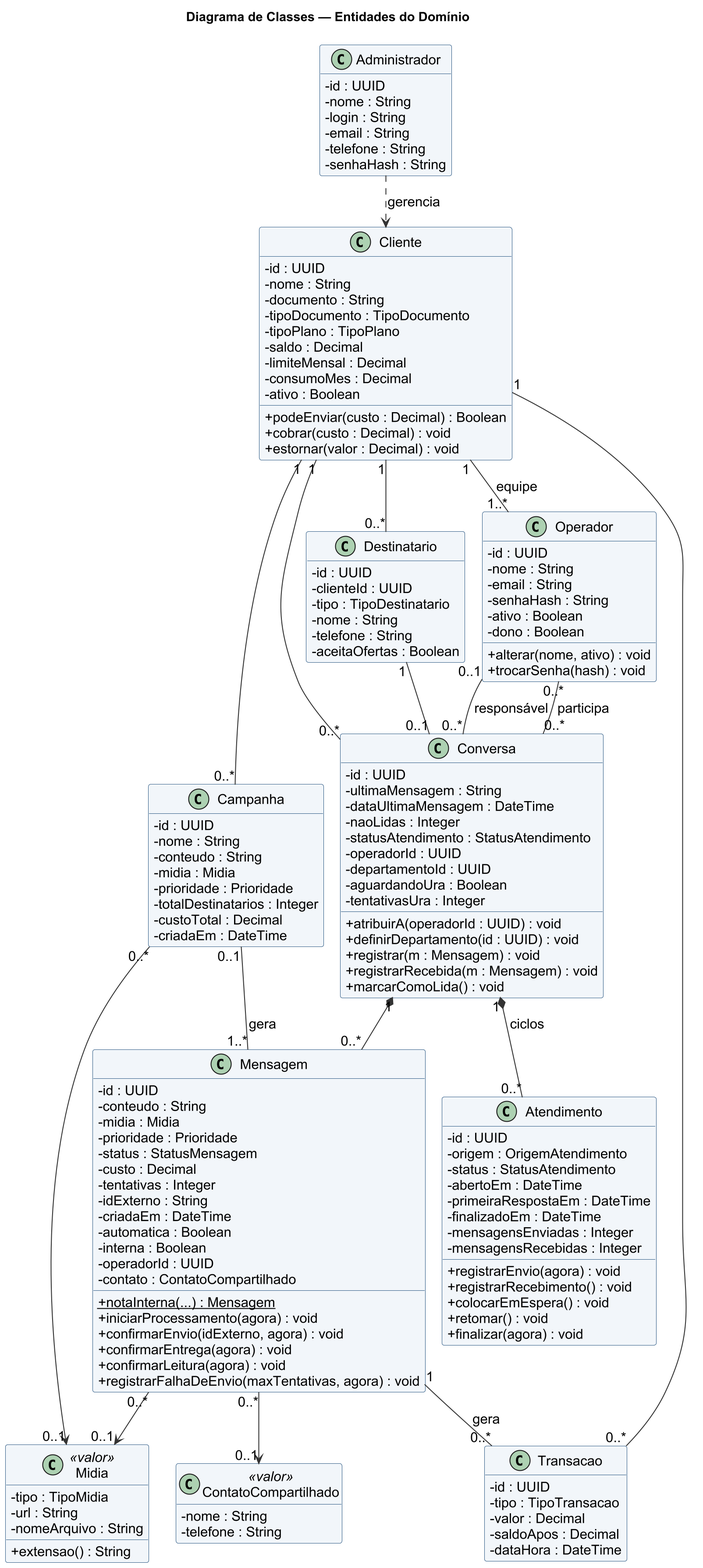
This is docs/03-diagramas/02a-classes-dominio.png from ryanandrade-beep/ar-chat-backend, a PlantUML export, as it was before one commit.
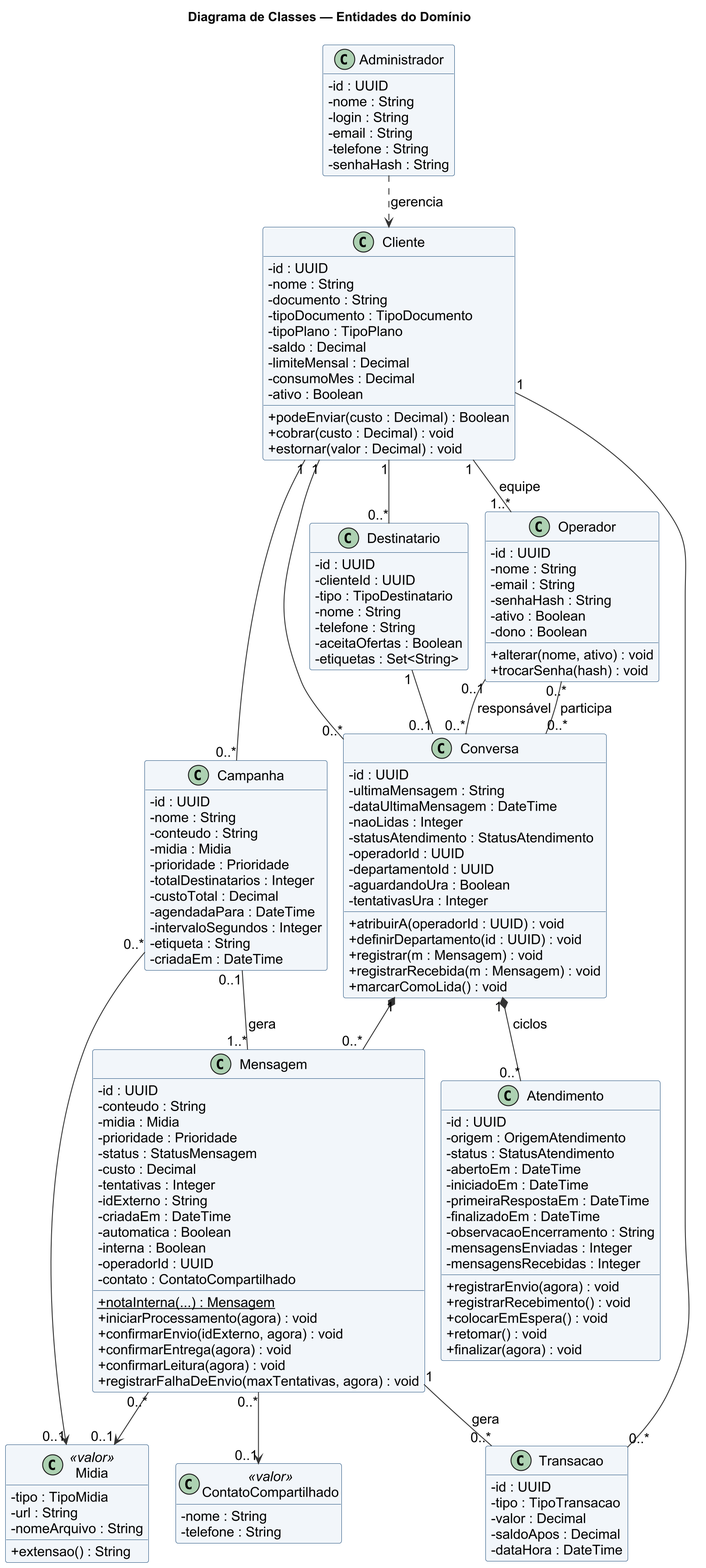
After the commit.

Diff of the diagram source:
```diff
@@ -27,6 +27,7 @@
   - nome : String
   - telefone : String
   - aceitaOfertas : Boolean
+  - etiquetas : Set<String>
 }
 class Campanha {
   - id : UUID
@@ -36,6 +37,9 @@
   - prioridade : Prioridade
   - totalDestinatarios : Integer
   - custoTotal : Decimal
+  - agendadaPara : DateTime
+  - intervaloSegundos : Integer
+  - etiqueta : String
   - criadaEm : DateTime
 }
 class Conversa {
@@ -80,8 +84,10 @@
   - origem : OrigemAtendimento
   - status : StatusAtendimento
   - abertoEm : DateTime
+  - iniciadoEm : DateTime
   - primeiraRespostaEm : DateTime
   - finalizadoEm : DateTime
+  - observacaoEncerramento : String
   - mensagensEnviadas : Integer
   - mensagensRecebidas : Integer
   + registrarEnvio(agora) : void
```
